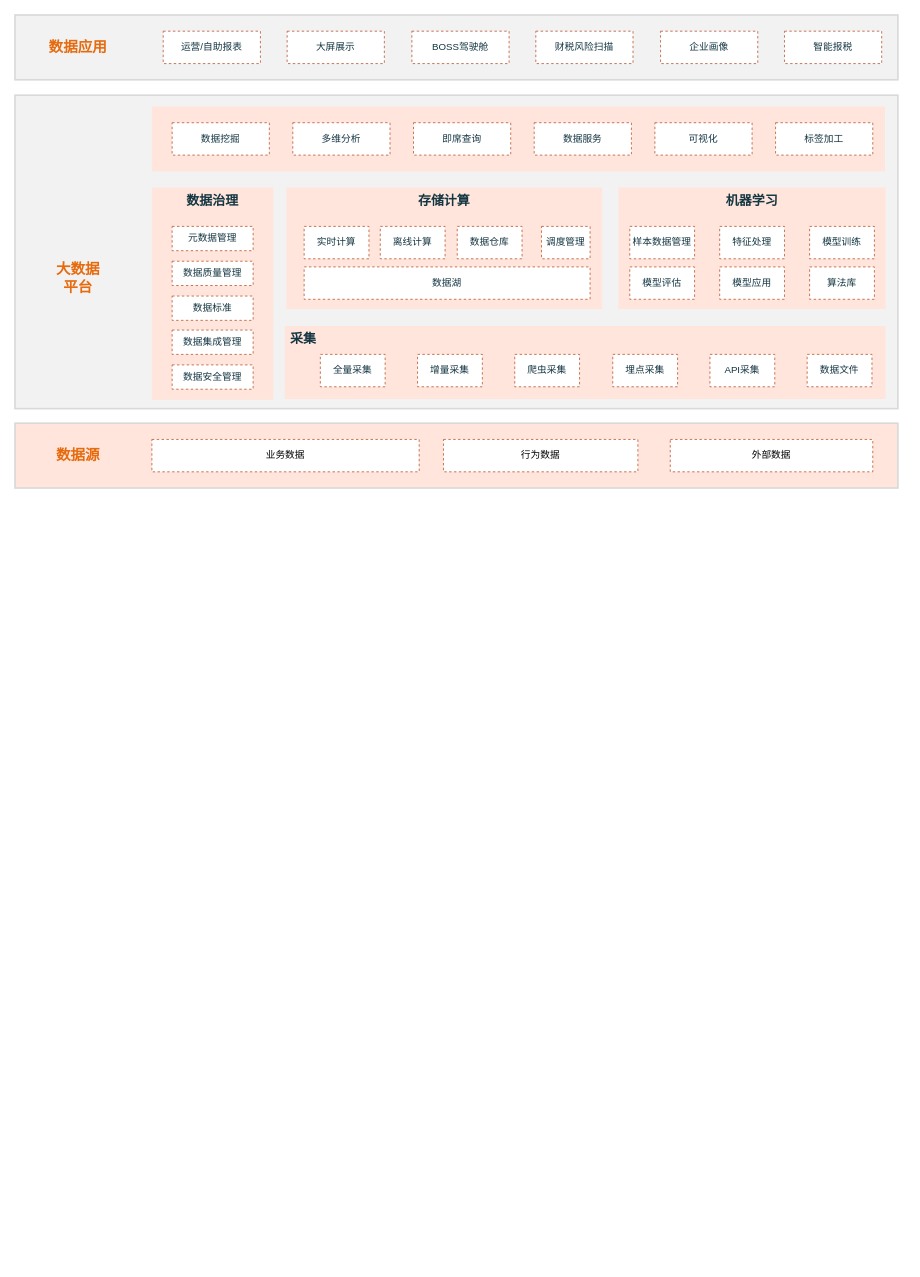
Above: 大数据.drawio in xingzhihe/hello-world (draw.io), before the change. Source tidied: cells renumbered, new cells numbered last; positions are measured from the earlier drawing's top-left corner, leaving out a move shared by most shapes. Both pictures are drawn from the tidied source at 81%, with x=0, y=0 at pixel (15, 15).
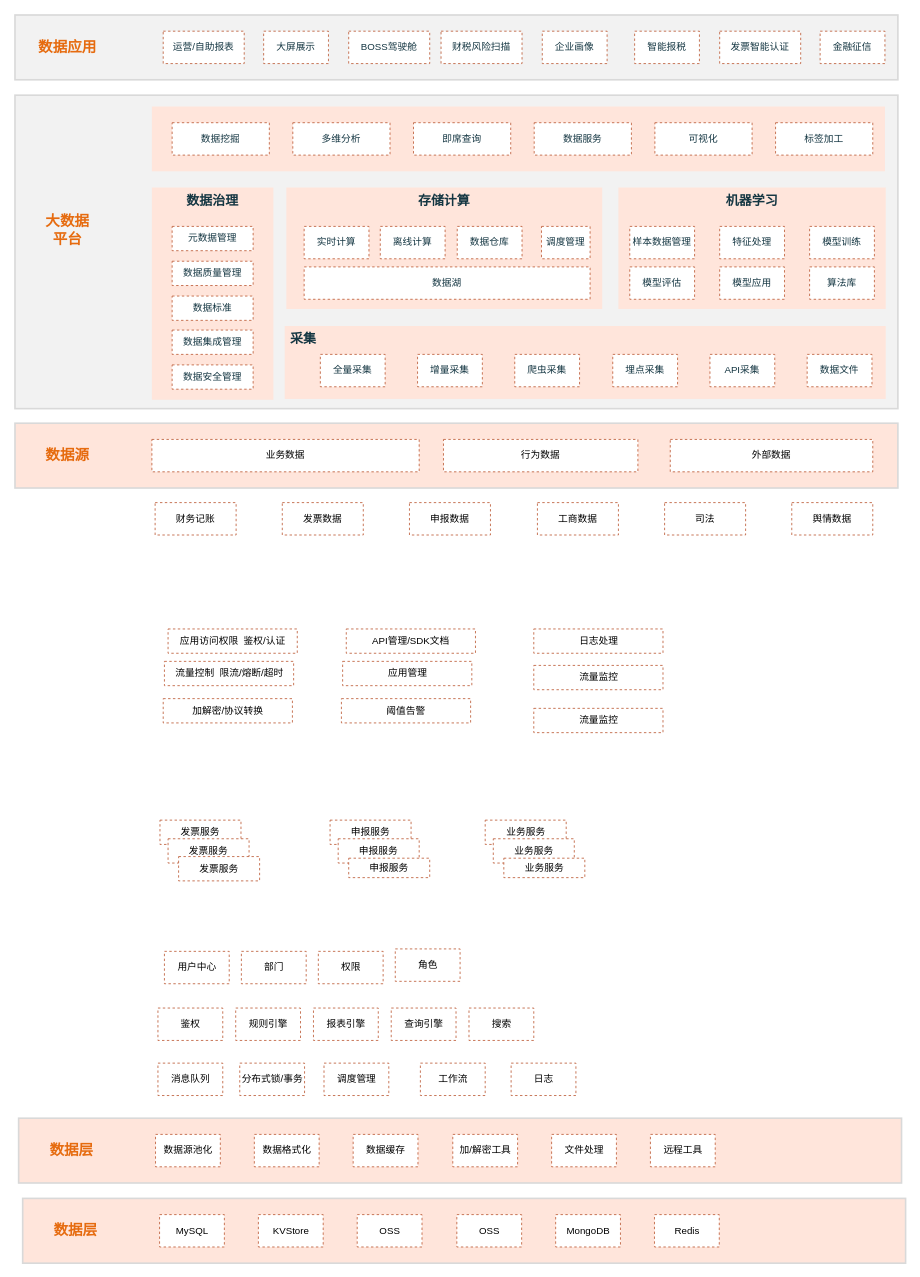
After the change.

Commit message:
更新大数据.drawio

Change to the diagram source:
```diff
@@
     <mxCell id="6" value="数据源" style="whiteSpace=wrap;html=1;fillColor=none;strokeColor=none;fontSize=18;fontStyle=1;fontColor=#E66B0F;" parent="1" vertex="1">
-      <mxGeometry x="18" y="524" width="120" height="40" as="geometry" />
+      <mxGeometry x="5" y="524" width="120" height="40" as="geometry" />
     </mxCell>
@@
     <mxCell id="37" value="运营/自助报表" style="whiteSpace=wrap;html=1;fillColor=#FFFFFF;strokeColor=#BB5933;fontColor=#143642;dashed=1;" parent="1" vertex="1">
-      <mxGeometry x="183" y="20" width="120" height="40" as="geometry" />
+      <mxGeometry x="183" y="20" width="100" height="40" as="geometry" />
     </mxCell>
@@
     <mxCell id="39" value="BOSS驾驶舱" style="whiteSpace=wrap;html=1;fillColor=#FFFFFF;strokeColor=#BB5933;fontColor=#143642;dashed=1;" parent="1" vertex="1">
-      <mxGeometry x="490" y="20" width="120" height="40" as="geometry" />
+      <mxGeometry x="412" y="20" width="100" height="40" as="geometry" />
     </mxCell>
     <mxCell id="40" value="大屏展示" style="whiteSpace=wrap;html=1;fillColor=#FFFFFF;strokeColor=#BB5933;fontColor=#143642;dashed=1;" parent="1" vertex="1">
-      <mxGeometry x="336" y="20" width="120" height="40" as="geometry" />
+      <mxGeometry x="307" y="20" width="80" height="40" as="geometry" />
     </mxCell>
     <mxCell id="41" value="财税风险扫描" style="whiteSpace=wrap;html=1;fillColor=#FFFFFF;strokeColor=#BB5933;fontColor=#143642;dashed=1;" parent="1" vertex="1">
-      <mxGeometry x="643" y="20" width="120" height="40" as="geometry" />
+      <mxGeometry x="526" y="20" width="100" height="40" as="geometry" />
     </mxCell>
     <mxCell id="42" value="企业画像" style="whiteSpace=wrap;html=1;fillColor=#FFFFFF;strokeColor=#BB5933;fontColor=#143642;dashed=1;" parent="1" vertex="1">
-      <mxGeometry x="797" y="20" width="120" height="40" as="geometry" />
+      <mxGeometry x="651" y="20" width="80" height="40" as="geometry" />
     </mxCell>
     <mxCell id="43" value="智能报税" style="whiteSpace=wrap;html=1;fillColor=#FFFFFF;strokeColor=#BB5933;fontColor=#143642;dashed=1;" parent="1" vertex="1">
-      <mxGeometry x="950" y="20" width="120" height="40" as="geometry" />
+      <mxGeometry x="765" y="20" width="80" height="40" as="geometry" />
     </mxCell>
@@
     <mxCell id="48" value="数据应用" style="whiteSpace=wrap;html=1;fillColor=none;strokeColor=none;fontStyle=1;fontSize=18;fontColor=#E66B0F;" parent="1" vertex="1">
-      <mxGeometry x="18" y="20" width="120" height="40" as="geometry" />
+      <mxGeometry x="5" y="20" width="120" height="40" as="geometry" />
     </mxCell>
     <mxCell id="49" value="大数据&lt;br&gt;平台" style="whiteSpace=wrap;html=1;fontSize=18;fontStyle=1;strokeColor=none;fillColor=none;fontColor=#E66B0F;" parent="1" vertex="1">
-      <mxGeometry x="18" y="305" width="120" height="40" as="geometry" />
+      <mxGeometry x="5" y="246" width="120" height="40" as="geometry" />
     </mxCell>
+    <mxCell id="50" value="发票智能认证" style="whiteSpace=wrap;html=1;fillColor=#FFFFFF;strokeColor=#BB5933;fontColor=#143642;dashed=1;" parent="1" vertex="1">
+      <mxGeometry x="870" y="20" width="100" height="40" as="geometry" />
+    </mxCell>
+    <mxCell id="51" value="金融征信" style="whiteSpace=wrap;html=1;fillColor=#FFFFFF;strokeColor=#BB5933;fontColor=#143642;dashed=1;" parent="1" vertex="1">
+      <mxGeometry x="994" y="20" width="80" height="40" as="geometry" />
+    </mxCell>
+    <mxCell id="52" value="财务记账" style="whiteSpace=wrap;html=1;strokeColor=#BB5933;dashed=1;" parent="1" vertex="1">
+      <mxGeometry x="173" y="602" width="100" height="40" as="geometry" />
+    </mxCell>
+    <mxCell id="53" value="发票数据" style="whiteSpace=wrap;html=1;strokeColor=#BB5933;dashed=1;" parent="1" vertex="1">
+      <mxGeometry x="330" y="602" width="100" height="40" as="geometry" />
+    </mxCell>
+    <mxCell id="54" value="申报数据" style="whiteSpace=wrap;html=1;strokeColor=#BB5933;dashed=1;" parent="1" vertex="1">
+      <mxGeometry x="487" y="602" width="100" height="40" as="geometry" />
+    </mxCell>
+    <mxCell id="55" value="工商数据" style="whiteSpace=wrap;html=1;strokeColor=#BB5933;dashed=1;" parent="1" vertex="1">
+      <mxGeometry x="645" y="602" width="100" height="40" as="geometry" />
+    </mxCell>
+    <mxCell id="56" value="司法" style="whiteSpace=wrap;html=1;strokeColor=#BB5933;dashed=1;" parent="1" vertex="1">
+      <mxGeometry x="802" y="602" width="100" height="40" as="geometry" />
+    </mxCell>
+    <mxCell id="57" value="舆情数据" style="whiteSpace=wrap;html=1;strokeColor=#BB5933;dashed=1;" parent="1" vertex="1">
+      <mxGeometry x="959" y="602" width="100" height="40" as="geometry" />
+    </mxCell>
+    <mxCell id="58" style="whiteSpace=wrap;html=1;fillColor=#FFE5DB;strokeColor=#D9D9D9;fontSize=18;fontStyle=1;fontColor=#143642;strokeWidth=2;" parent="1" vertex="1">
+      <mxGeometry x="9.5" y="1461" width="1090" height="80" as="geometry" />
+    </mxCell>
+    <mxCell id="59" value="数据层" style="whiteSpace=wrap;html=1;fillColor=none;strokeColor=none;fontSize=18;fontStyle=1;fontColor=#E66B0F;" parent="1" vertex="1">
+      <mxGeometry x="14.5" y="1481" width="120" height="40" as="geometry" />
+    </mxCell>
+    <mxCell id="60" value="MySQL" style="whiteSpace=wrap;html=1;strokeColor=#BB5933;dashed=1;" parent="1" vertex="1">
+      <mxGeometry x="178.5" y="1481" width="80" height="40" as="geometry" />
+    </mxCell>
+    <mxCell id="61" value="KVStore" style="whiteSpace=wrap;html=1;strokeColor=#BB5933;dashed=1;" parent="1" vertex="1">
+      <mxGeometry x="300.5" y="1481" width="80" height="40" as="geometry" />
+    </mxCell>
+    <mxCell id="62" value="OSS" style="whiteSpace=wrap;html=1;strokeColor=#BB5933;dashed=1;" parent="1" vertex="1">
+      <mxGeometry x="422.5" y="1481" width="80" height="40" as="geometry" />
+    </mxCell>
+    <mxCell id="63" value="OSS" style="whiteSpace=wrap;html=1;strokeColor=#BB5933;dashed=1;" parent="1" vertex="1">
+      <mxGeometry x="545.5" y="1481" width="80" height="40" as="geometry" />
+    </mxCell>
+    <mxCell id="64" value="MongoDB" style="whiteSpace=wrap;html=1;strokeColor=#BB5933;dashed=1;" parent="1" vertex="1">
+      <mxGeometry x="667.5" y="1481" width="80" height="40" as="geometry" />
+    </mxCell>
+    <mxCell id="65" value="Redis" style="whiteSpace=wrap;html=1;strokeColor=#BB5933;dashed=1;" parent="1" vertex="1">
+      <mxGeometry x="789.5" y="1481" width="80" height="40" as="geometry" />
+    </mxCell>
+    <mxCell id="66" style="whiteSpace=wrap;html=1;fillColor=#FFE5DB;strokeColor=#D9D9D9;fontSize=18;fontStyle=1;fontColor=#143642;strokeWidth=2;" parent="1" vertex="1">
+      <mxGeometry x="4.5" y="1362" width="1090" height="80" as="geometry" />
+    </mxCell>
+    <mxCell id="67" value="数据层" style="whiteSpace=wrap;html=1;fillColor=none;strokeColor=none;fontSize=18;fontStyle=1;fontColor=#E66B0F;" parent="1" vertex="1">
+      <mxGeometry x="9.5" y="1382" width="120" height="40" as="geometry" />
+    </mxCell>
+    <mxCell id="68" value="数据源池化" style="whiteSpace=wrap;html=1;strokeColor=#BB5933;dashed=1;" parent="1" vertex="1">
+      <mxGeometry x="173.5" y="1382" width="80" height="40" as="geometry" />
+    </mxCell>
+    <mxCell id="69" value="数据格式化" style="whiteSpace=wrap;html=1;strokeColor=#BB5933;dashed=1;" parent="1" vertex="1">
+      <mxGeometry x="295.5" y="1382" width="80" height="40" as="geometry" />
+    </mxCell>
+    <mxCell id="70" value="数据缓存" style="whiteSpace=wrap;html=1;strokeColor=#BB5933;dashed=1;" parent="1" vertex="1">
+      <mxGeometry x="417.5" y="1382" width="80" height="40" as="geometry" />
+    </mxCell>
+    <mxCell id="71" value="加/解密工具" style="whiteSpace=wrap;html=1;strokeColor=#BB5933;dashed=1;" parent="1" vertex="1">
+      <mxGeometry x="540.5" y="1382" width="80" height="40" as="geometry" />
+    </mxCell>
+    <mxCell id="72" value="文件处理" style="whiteSpace=wrap;html=1;strokeColor=#BB5933;dashed=1;" parent="1" vertex="1">
+      <mxGeometry x="662.5" y="1382" width="80" height="40" as="geometry" />
+    </mxCell>
+    <mxCell id="73" value="远程工具" style="whiteSpace=wrap;html=1;strokeColor=#BB5933;dashed=1;" parent="1" vertex="1">
+      <mxGeometry x="784.5" y="1382" width="80" height="40" as="geometry" />
+    </mxCell>
+    <mxCell id="74" value="消息队列" style="whiteSpace=wrap;html=1;strokeColor=#BB5933;dashed=1;" parent="1" vertex="1">
+      <mxGeometry x="176.5" y="1294" width="80" height="40" as="geometry" />
+    </mxCell>
+    <mxCell id="75" value="分布式锁/事务" style="whiteSpace=wrap;html=1;strokeColor=#BB5933;dashed=1;" parent="1" vertex="1">
+      <mxGeometry x="277.5" y="1294" width="80" height="40" as="geometry" />
+    </mxCell>
+    <mxCell id="76" value="调度管理" style="whiteSpace=wrap;html=1;strokeColor=#BB5933;dashed=1;" parent="1" vertex="1">
+      <mxGeometry x="381.5" y="1294" width="80" height="40" as="geometry" />
+    </mxCell>
+    <mxCell id="77" value="工作流" style="whiteSpace=wrap;html=1;strokeColor=#BB5933;dashed=1;" parent="1" vertex="1">
+      <mxGeometry x="500.5" y="1294" width="80" height="40" as="geometry" />
+    </mxCell>
+    <mxCell id="78" value="搜索" style="whiteSpace=wrap;html=1;strokeColor=#BB5933;dashed=1;" parent="1" vertex="1">
+      <mxGeometry x="560.5" y="1226" width="80" height="40" as="geometry" />
+    </mxCell>
+    <mxCell id="79" value="查询引擎" style="whiteSpace=wrap;html=1;strokeColor=#BB5933;dashed=1;" parent="1" vertex="1">
+      <mxGeometry x="464.5" y="1226" width="80" height="40" as="geometry" />
+    </mxCell>
+    <mxCell id="80" value="报表引擎" style="whiteSpace=wrap;html=1;strokeColor=#BB5933;dashed=1;" parent="1" vertex="1">
+      <mxGeometry x="368.5" y="1226" width="80" height="40" as="geometry" />
+    </mxCell>
+    <mxCell id="81" value="规则引擎" style="whiteSpace=wrap;html=1;strokeColor=#BB5933;dashed=1;" parent="1" vertex="1">
+      <mxGeometry x="272.5" y="1226" width="80" height="40" as="geometry" />
+    </mxCell>
+    <mxCell id="82" value="鉴权" style="whiteSpace=wrap;html=1;strokeColor=#BB5933;dashed=1;" parent="1" vertex="1">
+      <mxGeometry x="176.5" y="1226" width="80" height="40" as="geometry" />
+    </mxCell>
+    <mxCell id="83" value="日志" style="whiteSpace=wrap;html=1;strokeColor=#BB5933;dashed=1;" parent="1" vertex="1">
+      <mxGeometry x="612.5" y="1294" width="80" height="40" as="geometry" />
+    </mxCell>
+    <mxCell id="84" value="用户中心" style="whiteSpace=wrap;html=1;strokeColor=#BB5933;dashed=1;" parent="1" vertex="1">
+      <mxGeometry x="184.5" y="1156" width="80" height="40" as="geometry" />
+    </mxCell>
+    <mxCell id="85" value="部门" style="whiteSpace=wrap;html=1;strokeColor=#BB5933;dashed=1;" parent="1" vertex="1">
+      <mxGeometry x="279.5" y="1156" width="80" height="40" as="geometry" />
+    </mxCell>
+    <mxCell id="86" value="权限" style="whiteSpace=wrap;html=1;strokeColor=#BB5933;dashed=1;" parent="1" vertex="1">
+      <mxGeometry x="374.5" y="1156" width="80" height="40" as="geometry" />
+    </mxCell>
+    <mxCell id="87" value="角色" style="whiteSpace=wrap;html=1;strokeColor=#BB5933;dashed=1;" parent="1" vertex="1">
+      <mxGeometry x="469.5" y="1153" width="80" height="40" as="geometry" />
+    </mxCell>
+    <mxCell id="88" value="发票服务" style="whiteSpace=wrap;html=1;strokeColor=#BB5933;dashed=1;" parent="1" vertex="1">
+      <mxGeometry x="179" y="994" width="100" height="30" as="geometry" />
+    </mxCell>
+    <mxCell id="89" value="发票服务" style="whiteSpace=wrap;html=1;strokeColor=#BB5933;dashed=1;" parent="1" vertex="1">
+      <mxGeometry x="189" y="1017" width="100" height="30" as="geometry" />
+    </mxCell>
+    <mxCell id="90" value="发票服务" style="whiteSpace=wrap;html=1;strokeColor=#BB5933;dashed=1;" parent="1" vertex="1">
+      <mxGeometry x="202" y="1039" width="100" height="30" as="geometry" />
+    </mxCell>
+    <mxCell id="91" value="申报服务" style="whiteSpace=wrap;html=1;strokeColor=#BB5933;dashed=1;" parent="1" vertex="1">
+      <mxGeometry x="389" y="994" width="100" height="30" as="geometry" />
+    </mxCell>
+    <mxCell id="92" value="申报服务" style="whiteSpace=wrap;html=1;strokeColor=#BB5933;dashed=1;" parent="1" vertex="1">
+      <mxGeometry x="399" y="1017" width="100" height="30" as="geometry" />
+    </mxCell>
+    <mxCell id="93" value="申报服务" style="whiteSpace=wrap;html=1;strokeColor=#BB5933;dashed=1;" parent="1" vertex="1">
+      <mxGeometry x="412" y="1041" width="100" height="24" as="geometry" />
+    </mxCell>
+    <mxCell id="94" value="业务服务" style="whiteSpace=wrap;html=1;strokeColor=#BB5933;dashed=1;" parent="1" vertex="1">
+      <mxGeometry x="580.5" y="994" width="100" height="30" as="geometry" />
+    </mxCell>
+    <mxCell id="95" value="业务服务" style="whiteSpace=wrap;html=1;strokeColor=#BB5933;dashed=1;" parent="1" vertex="1">
+      <mxGeometry x="590.5" y="1017" width="100" height="30" as="geometry" />
+    </mxCell>
+    <mxCell id="96" value="业务服务" style="whiteSpace=wrap;html=1;strokeColor=#BB5933;dashed=1;" parent="1" vertex="1">
+      <mxGeometry x="603.5" y="1041" width="100" height="24" as="geometry" />
+    </mxCell>
+    <mxCell id="97" value="应用访问权限&amp;nbsp; 鉴权/认证" style="whiteSpace=wrap;html=1;strokeColor=#BB5933;dashed=1;" parent="1" vertex="1">
+      <mxGeometry x="189" y="758" width="159.5" height="30" as="geometry" />
+    </mxCell>
+    <mxCell id="98" value="流量控制&amp;nbsp; 限流/熔断/超时" style="whiteSpace=wrap;html=1;strokeColor=#BB5933;dashed=1;" parent="1" vertex="1">
+      <mxGeometry x="184.5" y="798" width="159.5" height="30" as="geometry" />
+    </mxCell>
+    <mxCell id="99" value="加解密/协议转换" style="whiteSpace=wrap;html=1;strokeColor=#BB5933;dashed=1;" parent="1" vertex="1">
+      <mxGeometry x="183" y="844" width="159.5" height="30" as="geometry" />
+    </mxCell>
+    <mxCell id="100" value="日志处理" style="whiteSpace=wrap;html=1;strokeColor=#BB5933;dashed=1;" parent="1" vertex="1">
+      <mxGeometry x="640.5" y="758" width="159.5" height="30" as="geometry" />
+    </mxCell>
+    <mxCell id="101" value="API管理/SDK文档" style="whiteSpace=wrap;html=1;strokeColor=#BB5933;dashed=1;" parent="1" vertex="1">
+      <mxGeometry x="409" y="758" width="159.5" height="30" as="geometry" />
+    </mxCell>
+    <mxCell id="102" value="应用管理" style="whiteSpace=wrap;html=1;strokeColor=#BB5933;dashed=1;" parent="1" vertex="1">
+      <mxGeometry x="404.5" y="798" width="159.5" height="30" as="geometry" />
+    </mxCell>
+    <mxCell id="103" value="阈值告警" style="whiteSpace=wrap;html=1;strokeColor=#BB5933;dashed=1;" parent="1" vertex="1">
+      <mxGeometry x="403" y="844" width="159.5" height="30" as="geometry" />
+    </mxCell>
+    <mxCell id="104" value="流量监控" style="whiteSpace=wrap;html=1;strokeColor=#BB5933;dashed=1;" parent="1" vertex="1">
+      <mxGeometry x="640.5" y="803" width="159.5" height="30" as="geometry" />
+    </mxCell>
+    <mxCell id="105" value="流量监控" style="whiteSpace=wrap;html=1;strokeColor=#BB5933;dashed=1;" parent="1" vertex="1">
+      <mxGeometry x="640.5" y="856" width="159.5" height="30" as="geometry" />
+    </mxCell>
```
